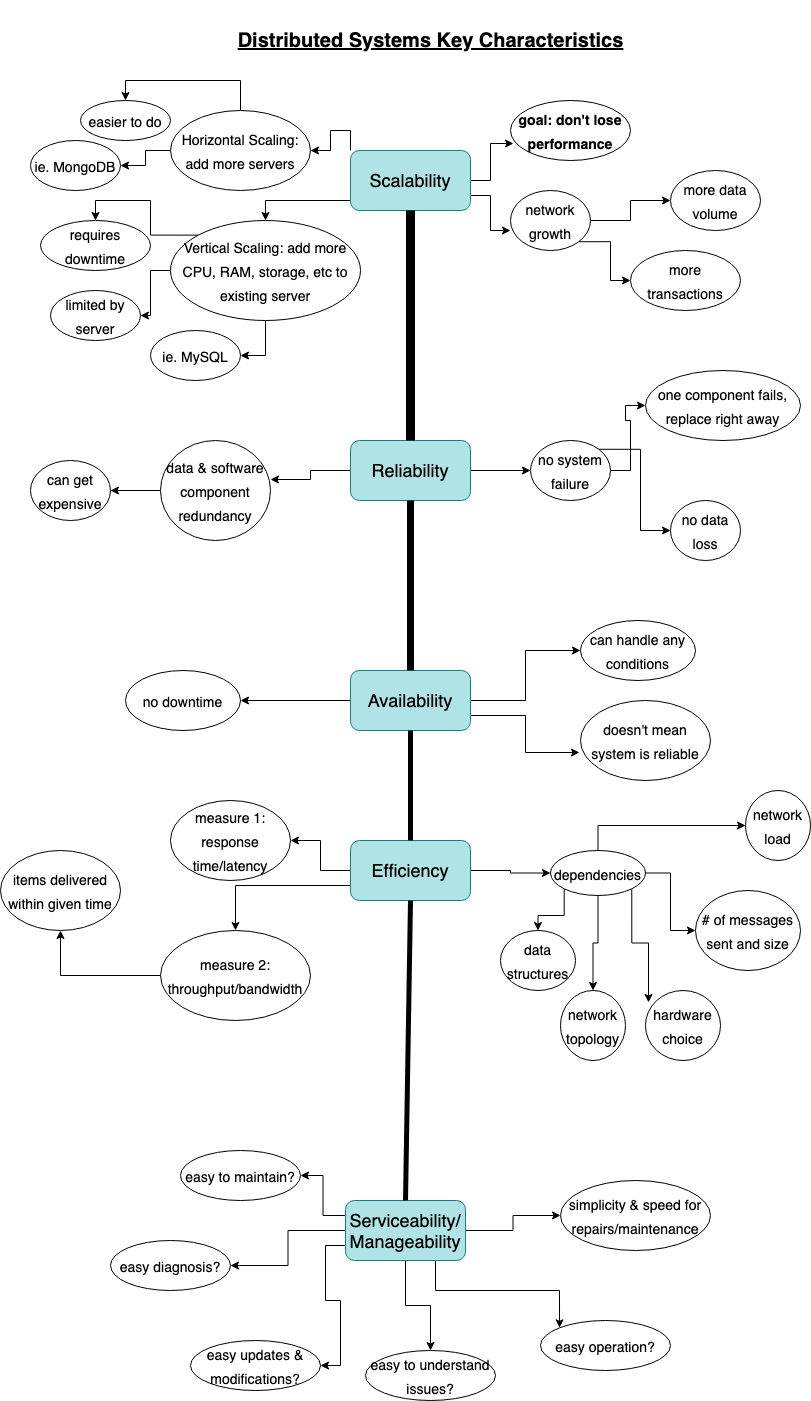
The draw.io diagram systems_design_notes.png in jessica-hsu/grokking_systems_design_practice, before a commit. Source tidied: cells renumbered, new cells last; positions are measured from the earlier drawing's top-left corner, leaving out a move shared by most shapes.
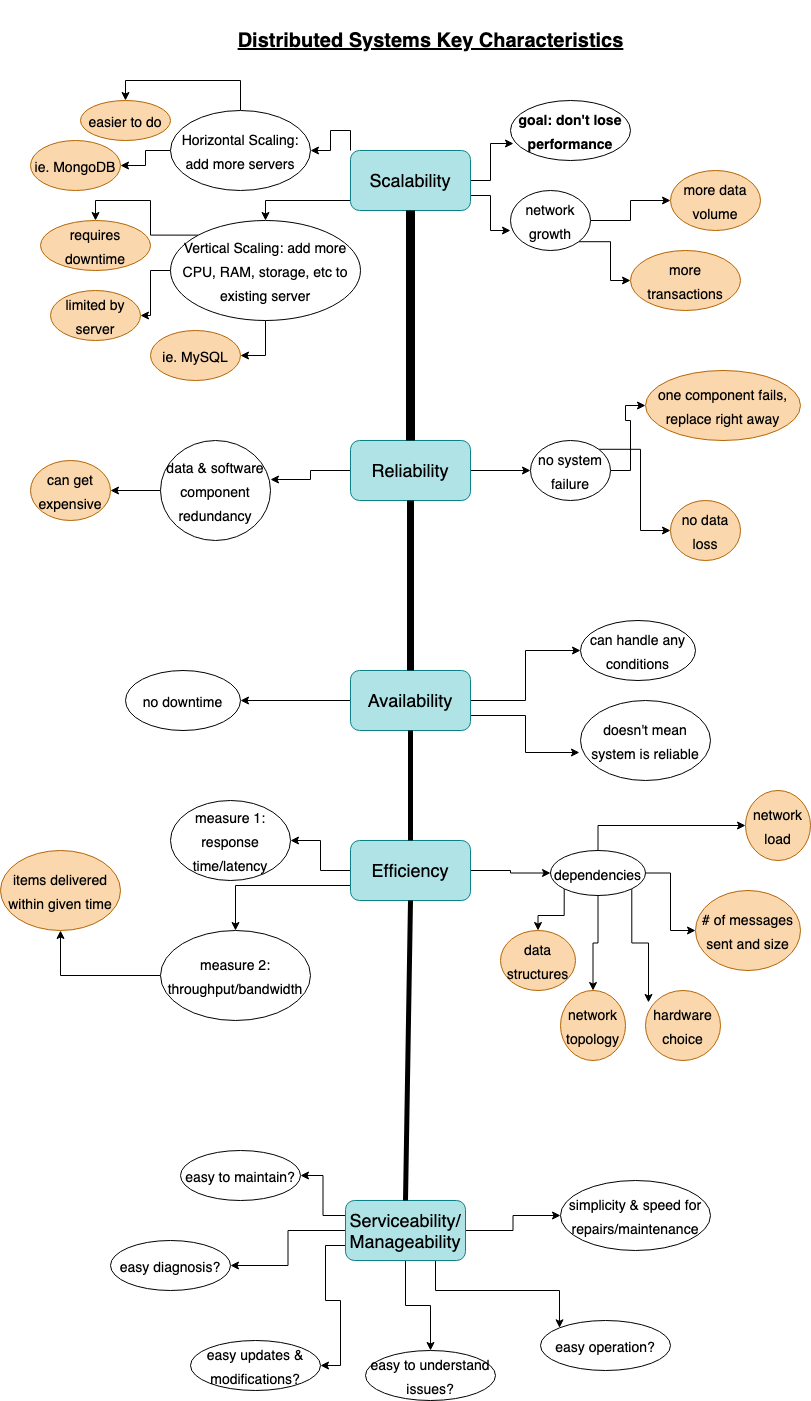
Above is the later version.

What changed in the source:
```diff
@@ -112,28 +112,28 @@
     <mxCell id="33" value="&lt;font style=&quot;font-size: 14px&quot;&gt;network growth&lt;/font&gt;" style="ellipse;whiteSpace=wrap;html=1;fontSize=20;" parent="1" vertex="1">
       <mxGeometry x="510" y="170" width="80" height="60" as="geometry" />
     </mxCell>
-    <mxCell id="34" value="&lt;font style=&quot;font-size: 14px&quot;&gt;more data volume&lt;/font&gt;" style="ellipse;whiteSpace=wrap;html=1;fontSize=20;" parent="1" vertex="1">
+    <mxCell id="34" value="&lt;font style=&quot;font-size: 14px&quot;&gt;more data volume&lt;/font&gt;" style="ellipse;whiteSpace=wrap;html=1;fontSize=20;fillColor=#fad7ac;strokeColor=#b46504;" parent="1" vertex="1">
       <mxGeometry x="670" y="150" width="90" height="60" as="geometry" />
     </mxCell>
-    <mxCell id="35" value="&lt;font style=&quot;font-size: 14px&quot;&gt;more transactions&lt;/font&gt;" style="ellipse;whiteSpace=wrap;html=1;fontSize=20;" parent="1" vertex="1">
+    <mxCell id="35" value="&lt;font style=&quot;font-size: 14px&quot;&gt;more transactions&lt;/font&gt;" style="ellipse;whiteSpace=wrap;html=1;fontSize=20;fillColor=#fad7ac;strokeColor=#b46504;" parent="1" vertex="1">
       <mxGeometry x="630" y="230" width="110" height="60" as="geometry" />
     </mxCell>
     <mxCell id="36" value="&lt;font style=&quot;font-size: 14px&quot;&gt;&lt;b&gt;goal: don't lose performance&lt;/b&gt;&lt;/font&gt;" style="ellipse;whiteSpace=wrap;html=1;fontSize=20;" parent="1" vertex="1">
       <mxGeometry x="510" y="80" width="120" height="60" as="geometry" />
     </mxCell>
-    <mxCell id="37" value="&lt;font style=&quot;font-size: 14px&quot;&gt;easier to do&lt;/font&gt;" style="ellipse;whiteSpace=wrap;html=1;fontSize=20;" parent="1" vertex="1">
+    <mxCell id="37" value="&lt;font style=&quot;font-size: 14px&quot;&gt;easier to do&lt;/font&gt;" style="ellipse;whiteSpace=wrap;html=1;fontSize=20;fillColor=#fad7ac;strokeColor=#b46504;" parent="1" vertex="1">
       <mxGeometry x="80" y="80" width="90" height="40" as="geometry" />
     </mxCell>
-    <mxCell id="38" value="&lt;font style=&quot;font-size: 14px&quot;&gt;limited by server&lt;/font&gt;" style="ellipse;whiteSpace=wrap;html=1;fontSize=20;" parent="1" vertex="1">
+    <mxCell id="38" value="&lt;font style=&quot;font-size: 14px&quot;&gt;limited by server&lt;/font&gt;" style="ellipse;whiteSpace=wrap;html=1;fontSize=20;fillColor=#fad7ac;strokeColor=#b46504;" parent="1" vertex="1">
       <mxGeometry x="50" y="270" width="90" height="50" as="geometry" />
     </mxCell>
-    <mxCell id="39" value="&lt;font style=&quot;font-size: 14px&quot;&gt;requires downtime&lt;/font&gt;" style="ellipse;whiteSpace=wrap;html=1;fontSize=20;" parent="1" vertex="1">
+    <mxCell id="39" value="&lt;font style=&quot;font-size: 14px&quot;&gt;requires downtime&lt;/font&gt;" style="ellipse;whiteSpace=wrap;html=1;fontSize=20;fillColor=#fad7ac;strokeColor=#b46504;" parent="1" vertex="1">
       <mxGeometry x="40" y="200" width="110" height="50" as="geometry" />
     </mxCell>
-    <mxCell id="40" value="&lt;font style=&quot;font-size: 14px&quot;&gt;ie. MongoDB&lt;/font&gt;" style="ellipse;whiteSpace=wrap;html=1;fontSize=20;" parent="1" vertex="1">
+    <mxCell id="40" value="&lt;font style=&quot;font-size: 14px&quot;&gt;ie. MongoDB&lt;/font&gt;" style="ellipse;whiteSpace=wrap;html=1;fontSize=20;fillColor=#fad7ac;strokeColor=#b46504;" parent="1" vertex="1">
       <mxGeometry x="30" y="120" width="90" height="50" as="geometry" />
     </mxCell>
-    <mxCell id="41" value="&lt;font style=&quot;font-size: 14px&quot;&gt;ie. MySQL&lt;/font&gt;" style="ellipse;whiteSpace=wrap;html=1;fontSize=20;" parent="1" vertex="1">
+    <mxCell id="41" value="&lt;font style=&quot;font-size: 14px&quot;&gt;ie. MySQL&lt;/font&gt;" style="ellipse;whiteSpace=wrap;html=1;fontSize=20;fillColor=#fad7ac;strokeColor=#b46504;" parent="1" vertex="1">
       <mxGeometry x="150" y="310" width="90" height="50" as="geometry" />
     </mxCell>
     <mxCell id="42" style="shape=link;html=1;rounded=0;fontSize=14;width=-8;entryX=0.5;entryY=0;entryDx=0;entryDy=0;strokeWidth=6;" parent="1" edge="1" target="11">
@@ -150,10 +150,10 @@
     <mxCell id="45" value="&lt;font style=&quot;font-size: 14px&quot;&gt;no system failure&lt;/font&gt;" style="ellipse;whiteSpace=wrap;html=1;fontSize=20;" parent="1" vertex="1">
       <mxGeometry x="530" y="420" width="80" height="60" as="geometry" />
     </mxCell>
-    <mxCell id="46" value="&lt;font style=&quot;font-size: 14px&quot;&gt;one component fails, replace right away&lt;/font&gt;" style="ellipse;whiteSpace=wrap;html=1;fontSize=20;" parent="1" vertex="1">
+    <mxCell id="46" value="&lt;font style=&quot;font-size: 14px&quot;&gt;one component fails, replace right away&lt;/font&gt;" style="ellipse;whiteSpace=wrap;html=1;fontSize=20;fillColor=#fad7ac;strokeColor=#b46504;" parent="1" vertex="1">
       <mxGeometry x="645" y="350" width="155" height="70" as="geometry" />
     </mxCell>
-    <mxCell id="47" value="&lt;font style=&quot;font-size: 14px&quot;&gt;no data loss&lt;/font&gt;" style="ellipse;whiteSpace=wrap;html=1;fontSize=20;" parent="1" vertex="1">
+    <mxCell id="47" value="&lt;font style=&quot;font-size: 14px&quot;&gt;no data loss&lt;/font&gt;" style="ellipse;whiteSpace=wrap;html=1;fontSize=20;fillColor=#fad7ac;strokeColor=#b46504;" parent="1" vertex="1">
       <mxGeometry x="670" y="480" width="70" height="60" as="geometry" />
     </mxCell>
     <mxCell id="48" style="edgeStyle=orthogonalEdgeStyle;rounded=0;jettySize=auto;html=1;exitX=0;exitY=0.5;exitDx=0;exitDy=0;entryX=1;entryY=0.5;entryDx=0;entryDy=0;fontSize=14;strokeColor=#000000;strokeWidth=1;" parent="1" edge="1" source="49" target="50">
@@ -162,7 +162,7 @@
     <mxCell id="49" value="&lt;font style=&quot;font-size: 14px&quot;&gt;data &amp;amp; software component redundancy&lt;/font&gt;" style="ellipse;whiteSpace=wrap;html=1;fontSize=20;" parent="1" vertex="1">
       <mxGeometry x="160" y="420" width="110" height="100" as="geometry" />
     </mxCell>
-    <mxCell id="50" value="&lt;span style=&quot;font-size: 14px&quot;&gt;can get expensive&lt;/span&gt;" style="ellipse;whiteSpace=wrap;html=1;fontSize=20;" parent="1" vertex="1">
+    <mxCell id="50" value="&lt;span style=&quot;font-size: 14px&quot;&gt;can get expensive&lt;/span&gt;" style="ellipse;whiteSpace=wrap;html=1;fontSize=20;fillColor=#fad7ac;strokeColor=#b46504;" parent="1" vertex="1">
       <mxGeometry x="30" y="440" width="80" height="60" as="geometry" />
     </mxCell>
     <mxCell id="51" style="edgeStyle=orthogonalEdgeStyle;rounded=0;jettySize=auto;html=1;exitX=1;exitY=0.5;exitDx=0;exitDy=0;fontSize=14;strokeColor=#000000;strokeWidth=1;entryX=0;entryY=0.5;entryDx=0;entryDy=0;" parent="1" edge="1" source="54" target="58">
@@ -208,22 +208,22 @@
     <mxCell id="63" value="&lt;span style=&quot;font-size: 14px&quot;&gt;measure 2: throughput/bandwidth&lt;/span&gt;" style="ellipse;whiteSpace=wrap;html=1;fontSize=20;" parent="1" vertex="1">
       <mxGeometry x="160" y="910" width="150" height="90" as="geometry" />
     </mxCell>
-    <mxCell id="64" value="&lt;span style=&quot;font-size: 14px&quot;&gt;items delivered within given time&lt;/span&gt;" style="ellipse;whiteSpace=wrap;html=1;fontSize=20;" parent="1" vertex="1">
+    <mxCell id="64" value="&lt;span style=&quot;font-size: 14px&quot;&gt;items delivered within given time&lt;/span&gt;" style="ellipse;whiteSpace=wrap;html=1;fontSize=20;fillColor=#fad7ac;strokeColor=#b46504;" parent="1" vertex="1">
       <mxGeometry y="830" width="120" height="80" as="geometry" />
     </mxCell>
-    <mxCell id="65" value="&lt;span style=&quot;font-size: 14px&quot;&gt;# of messages sent and size&lt;/span&gt;" style="ellipse;whiteSpace=wrap;html=1;fontSize=20;" parent="1" vertex="1">
+    <mxCell id="65" value="&lt;span style=&quot;font-size: 14px&quot;&gt;# of messages sent and size&lt;/span&gt;" style="ellipse;whiteSpace=wrap;html=1;fontSize=20;fillColor=#fad7ac;strokeColor=#b46504;" parent="1" vertex="1">
       <mxGeometry x="695" y="870" width="105" height="80" as="geometry" />
     </mxCell>
-    <mxCell id="66" value="&lt;span style=&quot;font-size: 14px&quot;&gt;network topology&lt;/span&gt;" style="ellipse;whiteSpace=wrap;html=1;fontSize=20;" parent="1" vertex="1">
+    <mxCell id="66" value="&lt;span style=&quot;font-size: 14px&quot;&gt;network topology&lt;/span&gt;" style="ellipse;whiteSpace=wrap;html=1;fontSize=20;fillColor=#fad7ac;strokeColor=#b46504;" parent="1" vertex="1">
       <mxGeometry x="560" y="970" width="65" height="70" as="geometry" />
     </mxCell>
-    <mxCell id="67" value="&lt;span style=&quot;font-size: 14px&quot;&gt;data structures&lt;/span&gt;" style="ellipse;whiteSpace=wrap;html=1;fontSize=20;" parent="1" vertex="1">
+    <mxCell id="67" value="&lt;span style=&quot;font-size: 14px&quot;&gt;data structures&lt;/span&gt;" style="ellipse;whiteSpace=wrap;html=1;fontSize=20;fillColor=#fad7ac;strokeColor=#b46504;" parent="1" vertex="1">
       <mxGeometry x="500" y="910" width="75" height="60" as="geometry" />
     </mxCell>
-    <mxCell id="68" value="&lt;span style=&quot;font-size: 14px&quot;&gt;network load&lt;/span&gt;" style="ellipse;whiteSpace=wrap;html=1;fontSize=20;" parent="1" vertex="1">
+    <mxCell id="68" value="&lt;span style=&quot;font-size: 14px&quot;&gt;network load&lt;/span&gt;" style="ellipse;whiteSpace=wrap;html=1;fontSize=20;fillColor=#fad7ac;strokeColor=#b46504;" parent="1" vertex="1">
       <mxGeometry x="745" y="770" width="65" height="70" as="geometry" />
     </mxCell>
-    <mxCell id="69" value="&lt;span style=&quot;font-size: 14px&quot;&gt;hardware choice&lt;/span&gt;" style="ellipse;whiteSpace=wrap;html=1;fontSize=20;" parent="1" vertex="1">
+    <mxCell id="69" value="&lt;span style=&quot;font-size: 14px&quot;&gt;hardware choice&lt;/span&gt;" style="ellipse;whiteSpace=wrap;html=1;fontSize=20;fillColor=#fad7ac;strokeColor=#b46504;" parent="1" vertex="1">
       <mxGeometry x="645" y="970" width="75" height="70" as="geometry" />
     </mxCell>
     <mxCell id="70" style="edgeStyle=orthogonalEdgeStyle;rounded=0;jettySize=auto;html=1;exitX=1;exitY=0.5;exitDx=0;exitDy=0;fontSize=14;strokeColor=#000000;strokeWidth=1;" parent="1" edge="1" source="74" target="65">
```
